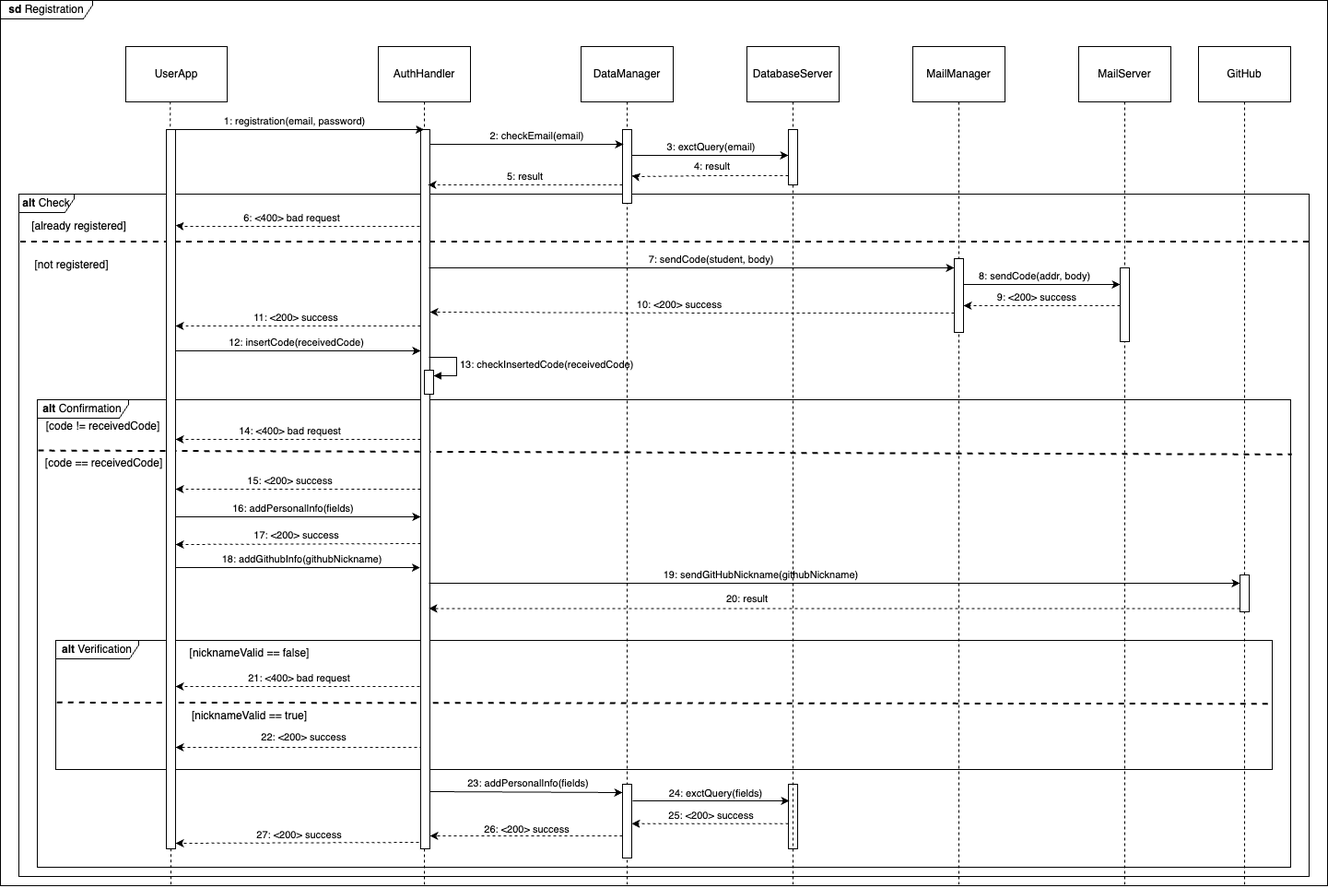
This is DD/images/seq_diagrams/RegistrationStd_DD.png from antilupovolante/MassaraNguyenBaNicotri, a draw.io export, as it was before one commit. Source tidied: cells renumbered, new cells last; positions are measured from the earlier drawing's top-left corner, leaving out a move shared by most shapes.
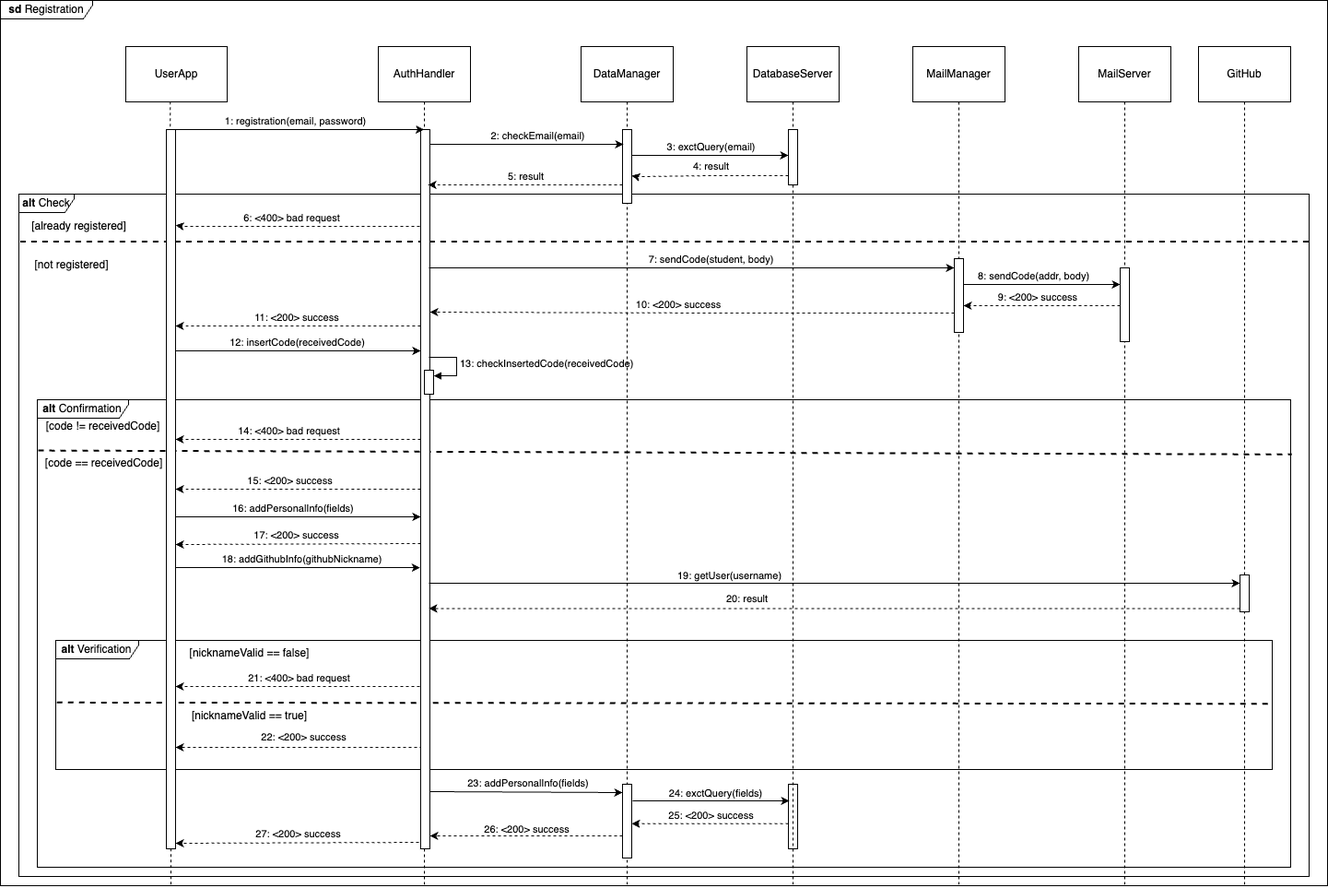
The same file after the commit.

Commit message:
Add interface diagram

The edit, as a diff of the source:
```diff
@@ -196,9 +196,9 @@
         </Array>
       </mxGeometry>
     </mxCell>
-    <mxCell id="36" value="19: sendGitHubNickname(githubNickname)" style="edgeLabel;html=1;align=center;verticalAlign=middle;" parent="35" vertex="1">
+    <mxCell id="36" value="19: getUser(username)" style="edgeLabel;html=1;align=center;verticalAlign=middle;" parent="35" vertex="1">
       <mxGeometry x="-0.24" y="3" relative="1" as="geometry">
-        <mxPoint x="27" y="-7" as="offset" />
+        <mxPoint x="-7" y="-6" as="offset" />
       </mxGeometry>
     </mxCell>
     <mxCell id="37" style="edgeStyle=orthogonalEdgeStyle;rounded=0;orthogonalLoop=1;jettySize=auto;html=1;curved=0;dashed=1;" parent="1" edge="1">
```
